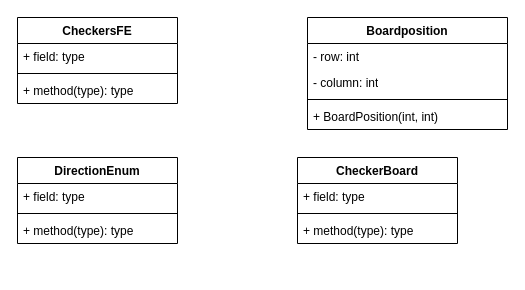
ksurisetty11/checkers-project keeps this draw.io diagram as CheckersUML.drawio. Above is the earlier version. Source tidied: cells renumbered, new cells numbered last; positions are measured from the earlier drawing's top-left corner, leaving out a move shared by most shapes. Both pictures are drawn from the tidied source at 100%, with x=0, y=0 at pixel (17, 17).
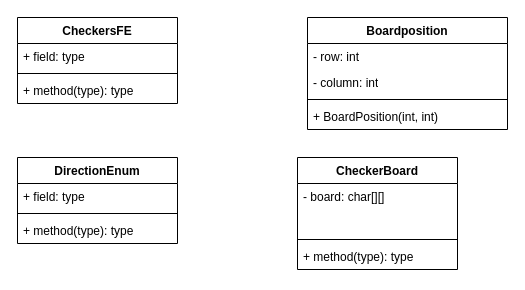
The same diagram, later.

Commit message:
added board to CheckerBoard CheckersUML.drawio

What changed in the source:
```diff
@@
 <mxGraphModel>
   <root>
     <mxCell id="0" />
     <mxCell id="1" parent="0" />
     <mxCell id="2" value="CheckersFE" style="swimlane;fontStyle=1;align=center;verticalAlign=top;horizontal=1;startSize=26;whiteSpace=wrap;html=1;" parent="1" vertex="1">
       <mxGeometry width="160" height="86" as="geometry" />
     </mxCell>
     <mxCell id="3" value="+ field: type" style="text;strokeColor=none;fillColor=none;align=left;verticalAlign=top;spacingLeft=4;spacingRight=4;overflow=hidden;whiteSpace=wrap;html=1;" parent="2" vertex="1">
       <mxGeometry y="26" width="160" height="26" as="geometry" />
     </mxCell>
     <mxCell id="4" style="line;strokeWidth=1;fillColor=none;align=left;verticalAlign=middle;spacingTop=-1;spacingLeft=3;spacingRight=3;labelPosition=right;strokeColor=inherit;" parent="2" vertex="1">
       <mxGeometry y="52" width="160" height="8" as="geometry" />
     </mxCell>
     <mxCell id="5" value="+ method(type): type" style="text;strokeColor=none;fillColor=none;align=left;verticalAlign=top;spacingLeft=4;spacingRight=4;overflow=hidden;whiteSpace=wrap;html=1;" parent="2" vertex="1">
       <mxGeometry y="60" width="160" height="26" as="geometry" />
     </mxCell>
     <mxCell id="6" value="Boardposition" style="swimlane;fontStyle=1;align=center;verticalAlign=top;horizontal=1;startSize=26;whiteSpace=wrap;html=1;" parent="1" vertex="1">
       <mxGeometry x="290" width="200" height="112" as="geometry" />
     </mxCell>
     <mxCell id="7" value="- row: int" style="text;strokeColor=none;fillColor=none;align=left;verticalAlign=top;spacingLeft=4;spacingRight=4;overflow=hidden;whiteSpace=wrap;html=1;" parent="6" vertex="1">
       <mxGeometry y="26" width="200" height="26" as="geometry" />
     </mxCell>
     <mxCell id="8" value="- column: int" style="text;strokeColor=none;fillColor=none;align=left;verticalAlign=top;spacingLeft=4;spacingRight=4;overflow=hidden;whiteSpace=wrap;html=1;" parent="6" vertex="1">
       <mxGeometry y="52" width="200" height="26" as="geometry" />
     </mxCell>
     <mxCell id="9" style="line;strokeWidth=1;fillColor=none;align=left;verticalAlign=middle;spacingTop=-1;spacingLeft=3;spacingRight=3;labelPosition=right;strokeColor=inherit;" parent="6" vertex="1">
       <mxGeometry y="78" width="200" height="8" as="geometry" />
     </mxCell>
     <mxCell id="10" value="+ BoardPosition(int, int)" style="text;strokeColor=none;fillColor=none;align=left;verticalAlign=top;spacingLeft=4;spacingRight=4;overflow=hidden;whiteSpace=wrap;html=1;" parent="6" vertex="1">
       <mxGeometry y="86" width="200" height="26" as="geometry" />
     </mxCell>
     <mxCell id="11" value="DirectionEnum" style="swimlane;fontStyle=1;align=center;verticalAlign=top;horizontal=1;startSize=26;whiteSpace=wrap;html=1;" parent="1" vertex="1">
       <mxGeometry y="140" width="160" height="86" as="geometry" />
     </mxCell>
     <mxCell id="12" value="+ field: type" style="text;strokeColor=none;fillColor=none;align=left;verticalAlign=top;spacingLeft=4;spacingRight=4;overflow=hidden;whiteSpace=wrap;html=1;" parent="11" vertex="1">
       <mxGeometry y="26" width="160" height="26" as="geometry" />
     </mxCell>
     <mxCell id="13" style="line;strokeWidth=1;fillColor=none;align=left;verticalAlign=middle;spacingTop=-1;spacingLeft=3;spacingRight=3;labelPosition=right;strokeColor=inherit;" parent="11" vertex="1">
       <mxGeometry y="52" width="160" height="8" as="geometry" />
     </mxCell>
     <mxCell id="14" value="+ method(type): type" style="text;strokeColor=none;fillColor=none;align=left;verticalAlign=top;spacingLeft=4;spacingRight=4;overflow=hidden;whiteSpace=wrap;html=1;" parent="11" vertex="1">
       <mxGeometry y="60" width="160" height="26" as="geometry" />
     </mxCell>
     <mxCell id="15" value="CheckerBoard" style="swimlane;fontStyle=1;align=center;verticalAlign=top;horizontal=1;startSize=26;whiteSpace=wrap;html=1;" parent="1" vertex="1">
-      <mxGeometry x="280" y="140" width="160" height="86" as="geometry" />
+      <mxGeometry x="280" y="140" width="160" height="112" as="geometry" />
     </mxCell>
-    <mxCell id="16" value="+ field: type" style="text;strokeColor=none;fillColor=none;align=left;verticalAlign=top;spacingLeft=4;spacingRight=4;overflow=hidden;whiteSpace=wrap;html=1;" parent="15" vertex="1">
+    <mxCell id="16" value="- board: char[][]" style="text;strokeColor=none;fillColor=none;align=left;verticalAlign=top;spacingLeft=4;spacingRight=4;overflow=hidden;whiteSpace=wrap;html=1;" parent="15" vertex="1">
       <mxGeometry y="26" width="160" height="26" as="geometry" />
     </mxCell>
+    <mxCell id="19" style="text;strokeColor=none;fillColor=none;align=left;verticalAlign=top;spacingLeft=4;spacingRight=4;overflow=hidden;whiteSpace=wrap;html=1;" parent="15" vertex="1">
+      <mxGeometry y="52" width="160" height="26" as="geometry" />
+    </mxCell>
     <mxCell id="17" style="line;strokeWidth=1;fillColor=none;align=left;verticalAlign=middle;spacingTop=-1;spacingLeft=3;spacingRight=3;labelPosition=right;strokeColor=inherit;" parent="15" vertex="1">
-      <mxGeometry y="52" width="160" height="8" as="geometry" />
+      <mxGeometry y="78" width="160" height="8" as="geometry" />
     </mxCell>
     <mxCell id="18" value="+ method(type): type" style="text;strokeColor=none;fillColor=none;align=left;verticalAlign=top;spacingLeft=4;spacingRight=4;overflow=hidden;whiteSpace=wrap;html=1;" parent="15" vertex="1">
-      <mxGeometry y="60" width="160" height="26" as="geometry" />
+      <mxGeometry y="86" width="160" height="26" as="geometry" />
     </mxCell>
   </root>
 </mxGraphModel>
```
